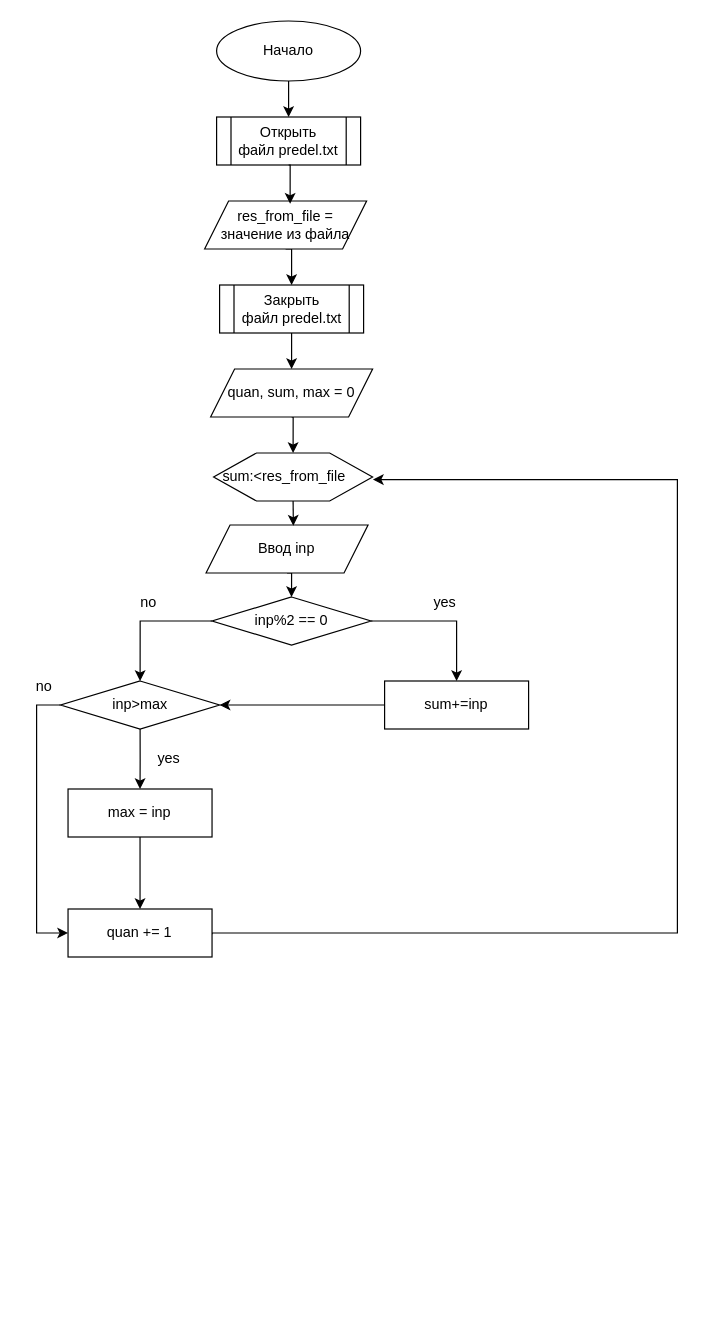
Marickyare/rep keeps this draw.io diagram as Untitled Diagram.drawio. Above is the earlier version. Source tidied: cells renumbered, new cells numbered last; positions are measured from the earlier drawing's top-left corner, leaving out a move shared by most shapes. Both pictures are drawn from the tidied source at 120%, with x=0, y=0 at pixel (19, 20).
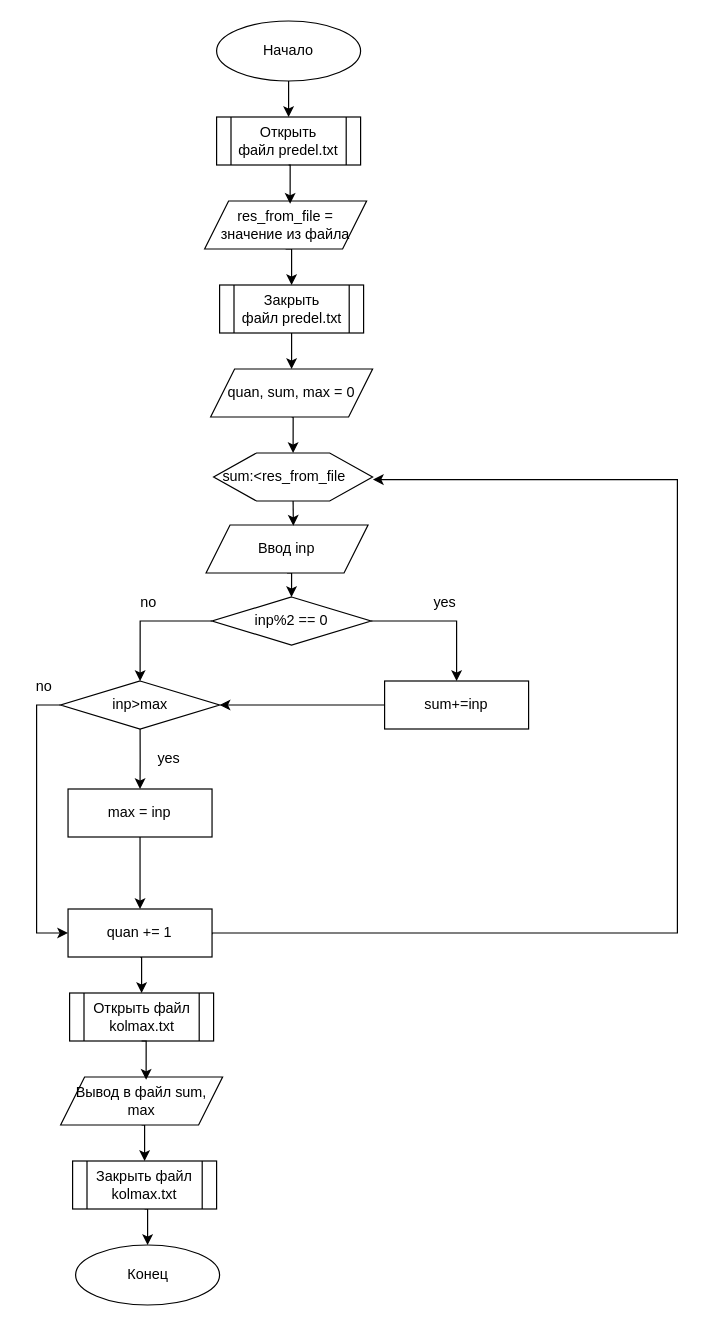
After the change.

Unchanged cells that the change refers to:
```xml
<mxCell id="29" value="quan += 1" style="rounded=0;whiteSpace=wrap;html=1;" parent="1" vertex="1">
  <mxGeometry x="40.2" y="740" width="120" height="40" as="geometry" />
</mxCell>
```

What changed in the source:
```diff
@@
+    <mxCell id="33" style="edgeStyle=orthogonalEdgeStyle;rounded=0;jettySize=auto;html=1;exitX=0.5;exitY=1;exitDx=0;exitDy=0;entryX=0.5;entryY=0;entryDx=0;entryDy=0;" parent="1" edge="1" source="29" target="34">
+      <mxGeometry relative="1" as="geometry" />
+    </mxCell>
@@
+    <mxCell id="34" value="Открыть файл kolmax.txt" style="shape=process;whiteSpace=wrap;html=1;backgroundOutline=1;" parent="1" vertex="1">
+      <mxGeometry x="41.5" y="810" width="120" height="40" as="geometry" />
+    </mxCell>
+    <mxCell id="35" style="edgeStyle=orthogonalEdgeStyle;rounded=0;jettySize=auto;html=1;exitX=0.5;exitY=1;exitDx=0;exitDy=0;entryX=0.5;entryY=0;entryDx=0;entryDy=0;" parent="1" edge="1" source="36" target="38">
+      <mxGeometry relative="1" as="geometry" />
+    </mxCell>
+    <mxCell id="36" value="Вывод в файл sum, max" style="shape=parallelogram;perimeter=parallelogramPerimeter;whiteSpace=wrap;html=1;fixedSize=1;" parent="1" vertex="1">
+      <mxGeometry x="34" y="880" width="135" height="40" as="geometry" />
+    </mxCell>
+    <mxCell id="37" style="edgeStyle=orthogonalEdgeStyle;rounded=0;jettySize=auto;html=1;exitX=0.5;exitY=1;exitDx=0;exitDy=0;entryX=0.5;entryY=0;entryDx=0;entryDy=0;" parent="1" edge="1" source="38" target="40">
+      <mxGeometry relative="1" as="geometry" />
+    </mxCell>
+    <mxCell id="38" value="Закрыть файл kolmax.txt" style="shape=process;whiteSpace=wrap;html=1;backgroundOutline=1;" parent="1" vertex="1">
+      <mxGeometry x="44" y="950" width="120" height="40" as="geometry" />
+    </mxCell>
+    <mxCell id="39" style="edgeStyle=orthogonalEdgeStyle;rounded=0;jettySize=auto;html=1;exitX=0.5;exitY=1;exitDx=0;exitDy=0;entryX=0.528;entryY=0.058;entryDx=0;entryDy=0;entryPerimeter=0;" parent="1" edge="1" source="34" target="36">
+      <mxGeometry relative="1" as="geometry" />
+    </mxCell>
+    <mxCell id="40" value="Конец" style="ellipse;whiteSpace=wrap;html=1;" parent="1" vertex="1">
+      <mxGeometry x="46.5" y="1020" width="120" height="50" as="geometry" />
+    </mxCell>
```
